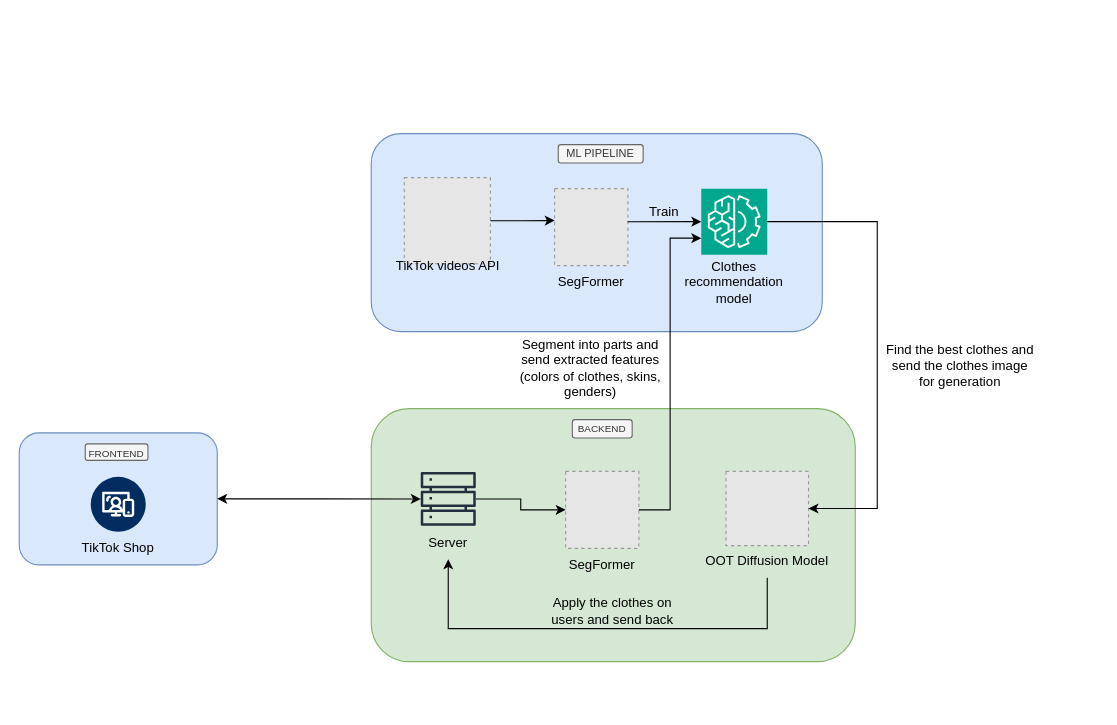
weebao/clothestok keeps this draw.io diagram as lib/architecture.drawio. Above is the earlier version. Source tidied: cells renumbered, new cells numbered last; positions are measured from the earlier drawing's top-left corner, leaving out a move shared by most shapes. Both pictures are drawn from the tidied source at 110%, with x=0, y=0 at pixel (19, 133). Pictures stored in the file or linked from it are replaced by grey dashed boxes.
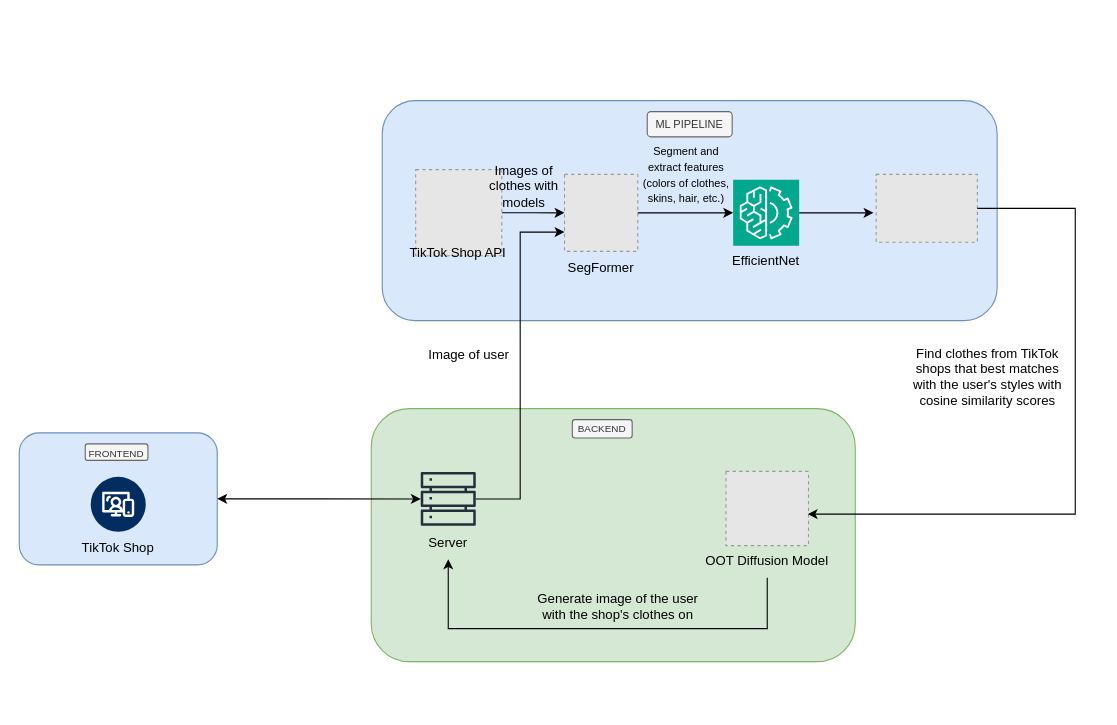
The same diagram, later.

The change refers to these unchanged cells:
```xml
<mxCell id="7" style="group;" parent="1" vertex="1">
  <mxGeometry x="320" y="250" width="440" height="270" as="geometry" />
</mxCell>
<mxCell id="12" style="fillColor=#E6E6E6;strokeColor=#999999;dashed=1;verticalLabelPosition=bottom;labelBackgroundColor=default;verticalAlign=top;" parent="7" vertex="1">
  <mxGeometry x="322.5" y="57" width="75" height="67.5" as="geometry" />
</mxCell>
<mxCell id="17" style="sketch=0;outlineConnect=0;fontColor=#232F3E;gradientColor=none;fillColor=#232F3D;strokeColor=none;dashed=0;verticalLabelPosition=bottom;verticalAlign=top;align=center;html=1;fontSize=12;fontStyle=0;shape=mxgraph.aws4.servers;" parent="16" vertex="1">
  <mxGeometry x="5" width="50" height="50" as="geometry" />
</mxCell>
```

The edit, as a diff of the source:
```diff
@@
-    <mxCell id="9" style="group;" parent="7" vertex="1">
-      <mxGeometry x="160" y="57" width="100" height="100" as="geometry" />
-    </mxCell>
-    <mxCell id="10" style="fillColor=#E6E6E6;strokeColor=#999999;dashed=1;verticalLabelPosition=bottom;labelBackgroundColor=default;verticalAlign=top;" parent="9" vertex="1">
-      <mxGeometry x="16.7" width="66.6" height="70" as="geometry" />
-    </mxCell>
-    <mxCell id="11" value="SegFormer" style="text;html=1;align=center;verticalAlign=middle;whiteSpace=wrap;rounded=0;" parent="9" vertex="1">
-      <mxGeometry y="70" width="100" height="30" as="geometry" />
-    </mxCell>
@@
-    <mxCell id="19" style="edgeStyle=orthogonalEdgeStyle;rounded=0;jettySize=auto;html=1;entryX=0;entryY=0.5;entryDx=0;entryDy=0;" parent="7" edge="1" source="17" target="10">
-      <mxGeometry relative="1" as="geometry" />
-    </mxCell>
-    <mxCell id="20" value="Apply the clothes on users and send back" style="text;html=1;align=center;verticalAlign=middle;whiteSpace=wrap;rounded=0;" parent="7" vertex="1">
-      <mxGeometry x="149.4" y="169" width="141.1" height="30" as="geometry" />
+    <mxCell id="20" value="Generate image of the user with the shop's clothes on" style="text;html=1;align=center;verticalAlign=middle;whiteSpace=wrap;rounded=0;" parent="7" vertex="1">
+      <mxGeometry x="149.4" y="165" width="150.6" height="30" as="geometry" />
     </mxCell>
     <mxCell id="21" style="group;" parent="1" vertex="1">
-      <mxGeometry x="320" width="460" height="280" as="geometry" />
+      <mxGeometry x="321" y="-104" width="659" height="384" as="geometry" />
     </mxCell>
     <mxCell id="22" style="rounded=1;whiteSpace=wrap;html=1;fillColor=#dae8fc;strokeColor=#6c8ebf;" parent="21" vertex="1">
-      <mxGeometry width="410" height="180" as="geometry" />
+      <mxGeometry x="9" y="74" width="559" height="200" as="geometry" />
     </mxCell>
     <mxCell id="23" value="&lt;font size=&quot;1&quot;&gt;ML PIPELINE&lt;/font&gt;" style="text;html=1;align=center;verticalAlign=middle;whiteSpace=wrap;rounded=1;fillColor=#f5f5f5;fontColor=#333333;strokeColor=#666666;" parent="21" vertex="1">
-      <mxGeometry x="170" y="10" width="77.2" height="16.7" as="geometry" />
+      <mxGeometry x="249.9" y="84" width="77.2" height="22.9" as="geometry" />
     </mxCell>
+    <mxCell id="39" style="edgeStyle=orthogonalEdgeStyle;rounded=0;jettySize=auto;html=1;entryX=0;entryY=0.5;entryDx=0;entryDy=0;" parent="21" edge="1" source="24">
+      <mxGeometry relative="1" as="geometry">
+        <mxPoint x="455.6" y="176" as="targetPoint" />
+      </mxGeometry>
+    </mxCell>
     <mxCell id="24" style="sketch=0;points=[[0,0,0],[0.25,0,0],[0.5,0,0],[0.75,0,0],[1,0,0],[0,1,0],[0.25,1,0],[0.5,1,0],[0.75,1,0],[1,1,0],[0,0.25,0],[0,0.5,0],[0,0.75,0],[1,0.25,0],[1,0.5,0],[1,0.75,0]];outlineConnect=0;fontColor=#232F3E;fillColor=#01A88D;strokeColor=#ffffff;dashed=0;verticalLabelPosition=bottom;verticalAlign=top;align=center;html=1;fontSize=12;fontStyle=0;shape=mxgraph.aws4.resourceIcon;resIcon=mxgraph.aws4.machine_learning;" parent="21" vertex="1">
-      <mxGeometry x="300" y="50" width="60" height="60" as="geometry" />
+      <mxGeometry x="328" y="146" width="60" height="60" as="geometry" />
     </mxCell>
-    <mxCell id="25" value="Clothes recommendation model" style="text;html=1;align=center;verticalAlign=middle;whiteSpace=wrap;rounded=0;" parent="21" vertex="1">
-      <mxGeometry x="270" y="120" width="120" height="30" as="geometry" />
+    <mxCell id="25" value="EfficientNet" style="text;html=1;align=center;verticalAlign=middle;whiteSpace=wrap;rounded=0;" parent="21" vertex="1">
+      <mxGeometry x="298" y="199.9" width="120" height="41.1" as="geometry" />
     </mxCell>
-    <mxCell id="26" style="group;" parent="21" vertex="1">
-      <mxGeometry x="150" y="50" width="100" height="100" as="geometry" />
-    </mxCell>
-    <mxCell id="27" style="fillColor=#E6E6E6;strokeColor=#999999;dashed=1;verticalLabelPosition=bottom;labelBackgroundColor=default;verticalAlign=top;" parent="26" vertex="1">
-      <mxGeometry x="16.7" width="66.6" height="70" as="geometry" />
-    </mxCell>
-    <mxCell id="28" value="SegFormer" style="text;html=1;align=center;verticalAlign=middle;whiteSpace=wrap;rounded=0;" parent="26" vertex="1">
-      <mxGeometry y="70" width="100" height="30" as="geometry" />
-    </mxCell>
+    <mxCell id="40" style="edgeStyle=orthogonalEdgeStyle;rounded=0;jettySize=auto;html=1;entryX=0;entryY=0.5;entryDx=0;entryDy=0;" parent="21" edge="1" source="29" target="10">
+      <mxGeometry relative="1" as="geometry" />
+    </mxCell>
+    <mxCell id="9" style="group;" parent="21" vertex="1">
+      <mxGeometry x="158" y="141" width="100" height="100" as="geometry" />
+    </mxCell>
+    <mxCell id="10" style="fillColor=#E6E6E6;strokeColor=#999999;dashed=1;verticalLabelPosition=bottom;labelBackgroundColor=default;verticalAlign=top;" parent="9" vertex="1">
+      <mxGeometry x="16.7" width="66.6" height="70" as="geometry" />
+    </mxCell>
+    <mxCell id="11" value="SegFormer" style="text;html=1;align=center;verticalAlign=middle;whiteSpace=wrap;rounded=0;" parent="9" vertex="1">
+      <mxGeometry y="70" width="100" height="30" as="geometry" />
+    </mxCell>
+    <mxCell id="36" style="edgeStyle=orthogonalEdgeStyle;rounded=0;jettySize=auto;html=1;" parent="21" edge="1" source="10" target="24">
+      <mxGeometry relative="1" as="geometry" />
+    </mxCell>
+    <mxCell id="41" style="group;" parent="21" vertex="1">
+      <mxGeometry x="28" y="136.7" width="100" height="96.5" as="geometry" />
+    </mxCell>
-    <mxCell id="29" style="fillColor=#E6E6E6;strokeColor=#999999;dashed=1;verticalLabelPosition=bottom;labelBackgroundColor=default;verticalAlign=top;" parent="21" vertex="1">
-      <mxGeometry x="30" y="40" width="78.3" height="78.3" as="geometry" />
+    <mxCell id="29" style="fillColor=#E6E6E6;strokeColor=#999999;dashed=1;verticalLabelPosition=bottom;labelBackgroundColor=default;verticalAlign=top;" parent="41" vertex="1">
+      <mxGeometry x="11.4" width="78.3" height="78.3" as="geometry" />
     </mxCell>
-    <mxCell id="30" value="TikTok videos API" style="text;html=1;align=center;verticalAlign=middle;whiteSpace=wrap;rounded=0;" parent="21" vertex="1">
-      <mxGeometry x="20" y="105" width="100" height="30" as="geometry" />
+    <mxCell id="30" value="TikTok Shop API" style="text;html=1;align=center;verticalAlign=middle;whiteSpace=wrap;rounded=0;" parent="41" vertex="1">
+      <mxGeometry y="55.3" width="100" height="41.1" as="geometry" />
     </mxCell>
-    <mxCell id="31" style="edgeStyle=orthogonalEdgeStyle;rounded=0;jettySize=auto;html=1;entryX=0.001;entryY=0.415;entryDx=0;entryDy=0;entryPerimeter=0;" parent="21" edge="1" source="29" target="27">
-      <mxGeometry relative="1" as="geometry" />
-    </mxCell>
-    <mxCell id="32" style="edgeStyle=orthogonalEdgeStyle;rounded=0;jettySize=auto;html=1;entryX=0;entryY=0.5;entryDx=0;entryDy=0;entryPerimeter=0;exitX=0.996;exitY=0.429;exitDx=0;exitDy=0;exitPerimeter=0;" parent="21" edge="1" source="27" target="24">
-      <mxGeometry relative="1" as="geometry" />
-    </mxCell>
-    <mxCell id="33" value="Segment into parts and send extracted features (colors of clothes, skins, genders)" style="text;html=1;align=center;verticalAlign=middle;whiteSpace=wrap;rounded=0;" parent="21" vertex="1">
-      <mxGeometry x="129.4" y="198" width="141.1" height="30" as="geometry" />
+    <mxCell id="33" value="&lt;font style=&quot;font-size: 10px;&quot;&gt;Segment and extract features (colors of clothes, skins, hair, etc.)&lt;/font&gt;" style="text;html=1;align=center;verticalAlign=middle;whiteSpace=wrap;rounded=0;" parent="21" vertex="1">
+      <mxGeometry x="241.5" y="120" width="86.5" height="41.1" as="geometry" />
     </mxCell>
-    <mxCell id="34" value="Train" style="text;html=1;align=center;verticalAlign=middle;whiteSpace=wrap;rounded=0;" parent="21" vertex="1">
-      <mxGeometry x="222" y="56" width="89" height="30" as="geometry" />
-    </mxCell>
+    <mxCell id="42" value="Images of clothes with models" style="text;html=1;align=center;verticalAlign=middle;whiteSpace=wrap;rounded=0;" parent="21" vertex="1">
+      <mxGeometry x="98" y="136.7" width="80" height="30" as="geometry" />
+    </mxCell>
+    <mxCell id="43" value="Image of user" style="text;html=1;align=center;verticalAlign=middle;whiteSpace=wrap;rounded=0;" parent="21" vertex="1">
+      <mxGeometry x="48" y="290" width="80" height="30" as="geometry" />
+    </mxCell>
+    <mxCell id="38" value="Find clothes from TikTok shops that best matches with the user's styles with cosine similarity scores" style="text;html=1;align=center;verticalAlign=middle;whiteSpace=wrap;rounded=0;" parent="21" vertex="1">
+      <mxGeometry x="489" y="310" width="141.1" height="30" as="geometry" />
+    </mxCell>
+    <mxCell id="44" style="fillColor=#E6E6E6;strokeColor=#999999;dashed=1;verticalLabelPosition=bottom;labelBackgroundColor=default;verticalAlign=top;" parent="21" vertex="1">
+      <mxGeometry x="458" y="141" width="92" height="61.7" as="geometry" />
+    </mxCell>
@@
-    <mxCell id="36" style="edgeStyle=orthogonalEdgeStyle;rounded=0;jettySize=auto;html=1;entryX=0;entryY=0.75;entryDx=0;entryDy=0;entryPerimeter=0;" parent="1" edge="1" source="10" target="24">
-      <mxGeometry relative="1" as="geometry" />
-    </mxCell>
-    <mxCell id="37" style="edgeStyle=orthogonalEdgeStyle;rounded=0;jettySize=auto;html=1;entryX=1;entryY=0.5;entryDx=0;entryDy=0;" parent="1" edge="1" source="24" target="12">
-      <mxGeometry relative="1" as="geometry">
-        <Array as="points">
-          <mxPoint x="780" y="80" />
-          <mxPoint x="780" y="341" />
-        </Array>
-      </mxGeometry>
-    </mxCell>
-    <mxCell id="38" value="Find the best clothes and send the clothes image for generation" style="text;html=1;align=center;verticalAlign=middle;whiteSpace=wrap;rounded=0;" parent="1" vertex="1">
-      <mxGeometry x="785" y="196" width="141.1" height="30" as="geometry" />
-    </mxCell>
+    <mxCell id="19" style="edgeStyle=orthogonalEdgeStyle;rounded=0;jettySize=auto;html=1;entryX=0;entryY=0.75;entryDx=0;entryDy=0;" parent="1" edge="1" source="17" target="10">
+      <mxGeometry relative="1" as="geometry" />
+    </mxCell>
+    <mxCell id="45" style="edgeStyle=orthogonalEdgeStyle;rounded=0;jettySize=auto;html=1;entryX=0.99;entryY=0.576;entryDx=0;entryDy=0;entryPerimeter=0;" parent="1" edge="1" source="44" target="12">
+      <mxGeometry relative="1" as="geometry">
+        <Array as="points">
+          <mxPoint x="960" y="68" />
+          <mxPoint x="960" y="346" />
+        </Array>
+      </mxGeometry>
+    </mxCell>
```
